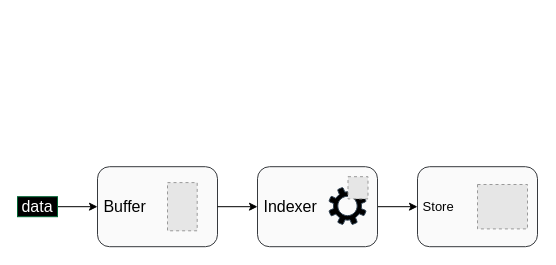
Above: drawio/schemas/reference-clickhouse.drawio in punchplatform/material (draw.io), before the change. Source tidied: cells renumbered, new cells numbered last; positions are measured from the earlier drawing's top-left corner, leaving out a move shared by most shapes. Both pictures are drawn from the tidied source at 100%, with x=0, y=0 at pixel (17, 166). Pictures stored in the file or linked from it are replaced by grey dashed boxes.
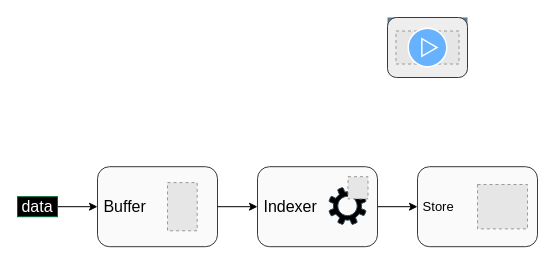
Above is the later version.

The edit, as a diff of the source:
```diff
@@
+    <mxCell id="22" style="group;" parent="1" vertex="1">
+      <mxGeometry x="370" y="-149" width="80" height="60" as="geometry" />
+    </mxCell>
+    <mxCell id="23" style="group;fillColor=#57788F;gradientColor=#ffffff;" parent="22" vertex="1">
+      <mxGeometry width="80" height="60" as="geometry" />
+    </mxCell>
+    <mxCell id="24" style="rounded=1;whiteSpace=wrap;html=1;align=left;fillColor=#eeeeee;strokeColor=#36393d;" parent="23" vertex="1">
+      <mxGeometry width="80" height="60" as="geometry" />
+    </mxCell>
+    <mxCell id="25" style="fillColor=#E6E6E6;strokeColor=#999999;dashed=1;verticalLabelPosition=bottom;labelBackgroundColor=#ffffff;verticalAlign=top;" parent="23" vertex="1">
+      <mxGeometry x="8.5" y="13.5" width="63" height="33" as="geometry" />
+    </mxCell>
+    <mxCell id="26" style="shadow=0;dashed=0;html=1;strokeColor=#b46504;fillColor=#66B2FF;labelPosition=center;verticalLabelPosition=bottom;verticalAlign=top;align=center;shape=mxgraph.veeam2.running_playing;" parent="1" vertex="1">
+      <mxGeometry x="390" y="-139" width="40" height="40" as="geometry" />
+    </mxCell>
```
